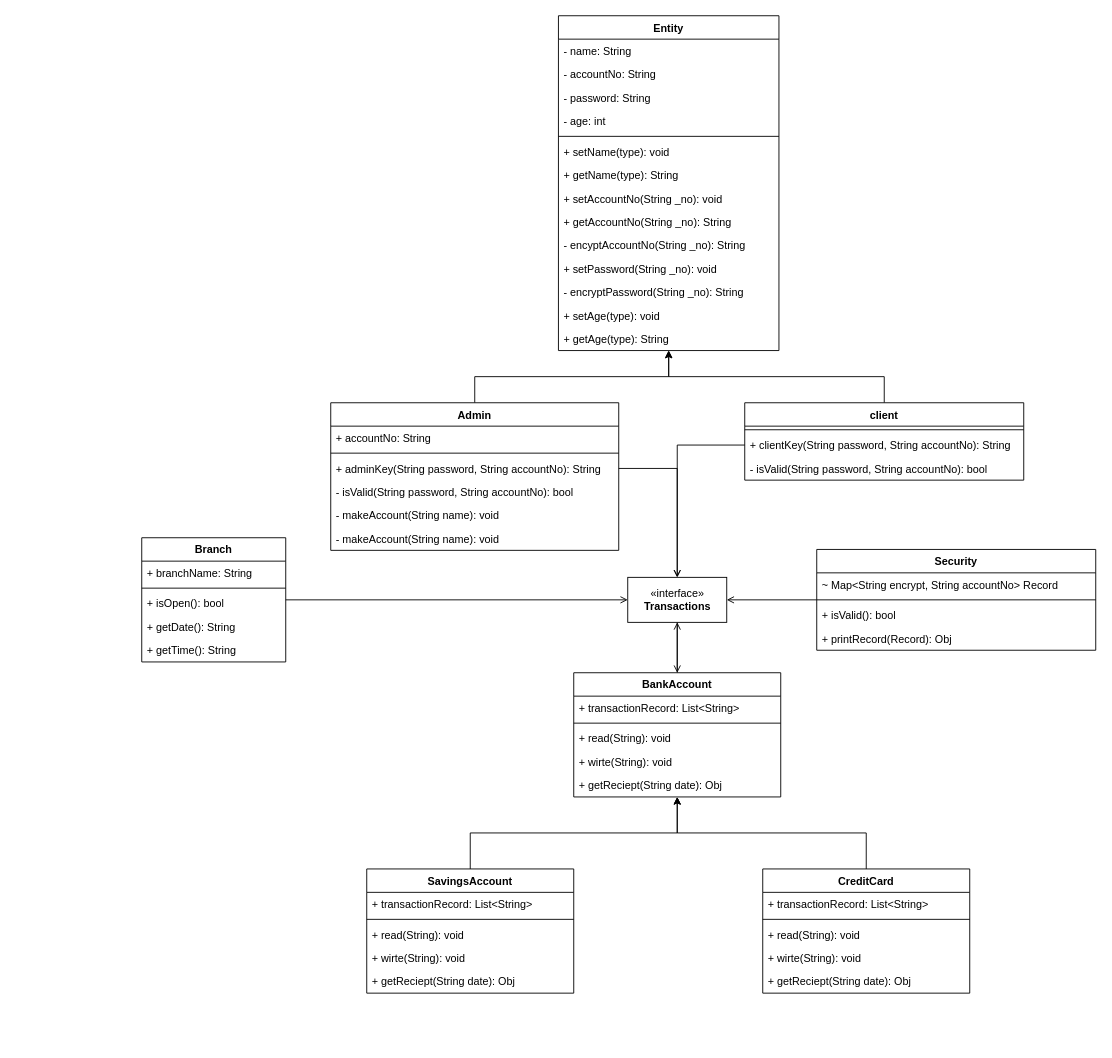
This is UML Charts/finals.drawio from adeeconometrics/JavaFolder, a draw.io file, before an edit. Source tidied: cells renumbered, new cells numbered last; positions are measured from the earlier drawing's top-left corner, leaving out a move shared by most shapes. Both pictures are drawn from the tidied source at 90%, with x=0, y=0 at pixel (141, 15).
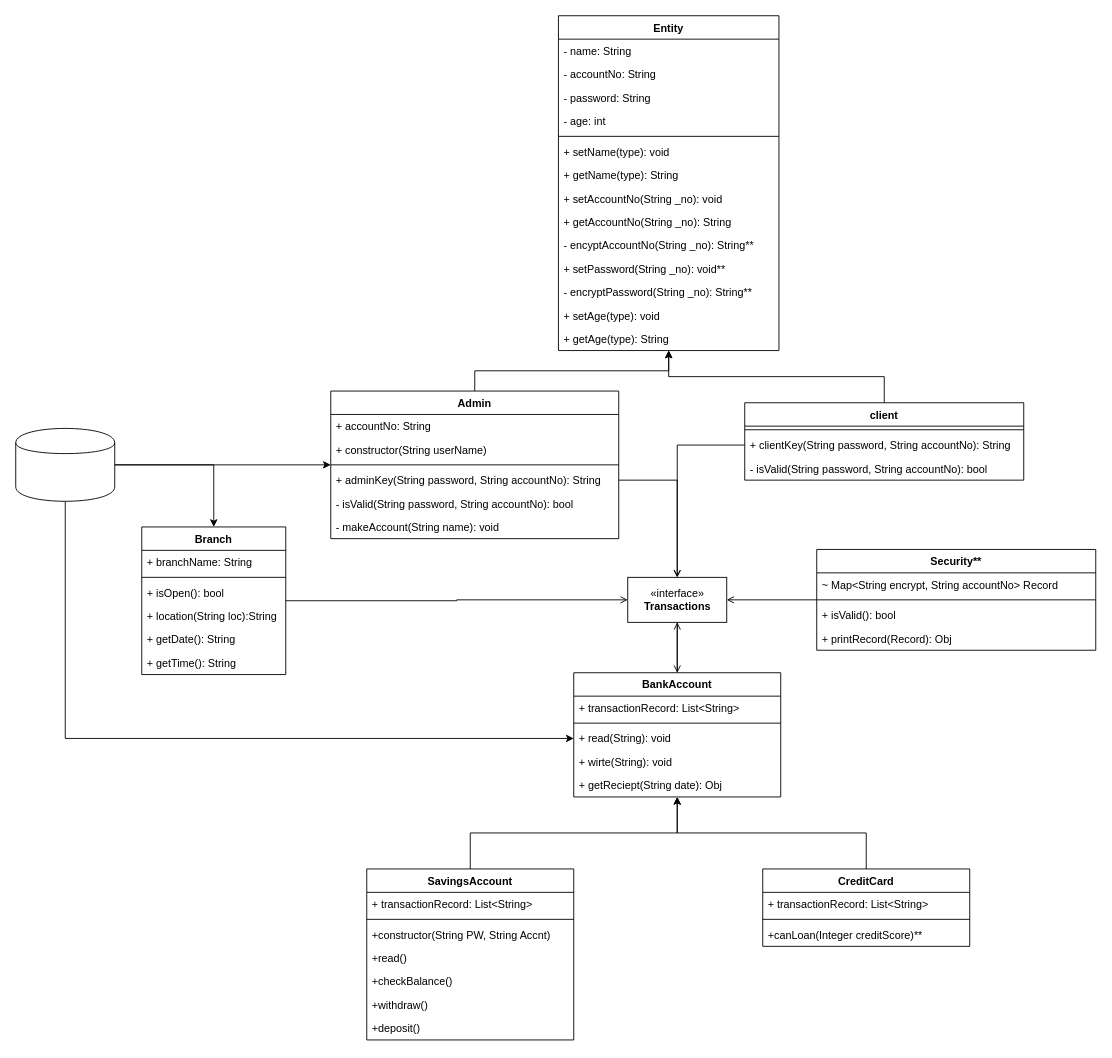
After the change.

Unchanged cells that the change refers to:
```xml
<mxCell id="2" value="Entity" style="swimlane;fontStyle=1;align=center;verticalAlign=top;horizontal=1;startSize=26;" parent="1" vertex="1">
  <mxGeometry x="463" width="245" height="372" as="geometry" />
</mxCell>
<mxCell id="21" value="+ read(String): void" style="text;strokeColor=none;fillColor=none;align=left;verticalAlign=top;spacingLeft=4;spacingRight=4;overflow=hidden;points=[[0,0.5],[1,0.5]];portConstraint=eastwest;" parent="18" vertex="1">
  <mxGeometry y="60" width="230" height="26" as="geometry" />
</mxCell>
```

The edit, as a diff of the source:
```diff
@@
-    <mxCell id="12" value="- encyptAccountNo(String _no): String" style="text;strokeColor=none;fillColor=none;align=left;verticalAlign=top;spacingLeft=4;spacingRight=4;overflow=hidden;" parent="2" vertex="1">
+    <mxCell id="12" value="- encyptAccountNo(String _no): String**" style="text;strokeColor=none;fillColor=none;align=left;verticalAlign=top;spacingLeft=4;spacingRight=4;overflow=hidden;" parent="2" vertex="1">
       <mxGeometry y="242" width="245" height="26" as="geometry" />
     </mxCell>
-    <mxCell id="13" value="+ setPassword(String _no): void" style="text;strokeColor=none;fillColor=none;align=left;verticalAlign=top;spacingLeft=4;spacingRight=4;overflow=hidden;" parent="2" vertex="1">
+    <mxCell id="13" value="+ setPassword(String _no): void**" style="text;strokeColor=none;fillColor=none;align=left;verticalAlign=top;spacingLeft=4;spacingRight=4;overflow=hidden;" parent="2" vertex="1">
       <mxGeometry y="268" width="245" height="26" as="geometry" />
     </mxCell>
-    <mxCell id="14" value="- encryptPassword(String _no): String" style="text;strokeColor=none;fillColor=none;align=left;verticalAlign=top;spacingLeft=4;spacingRight=4;overflow=hidden;" parent="2" vertex="1">
+    <mxCell id="14" value="- encryptPassword(String _no): String**" style="text;strokeColor=none;fillColor=none;align=left;verticalAlign=top;spacingLeft=4;spacingRight=4;overflow=hidden;" parent="2" vertex="1">
       <mxGeometry y="294" width="245" height="26" as="geometry" />
     </mxCell>
@@
     <mxCell id="25" value="Branch" style="swimlane;fontStyle=1;align=center;verticalAlign=top;horizontal=1;startSize=26;" parent="1" vertex="1">
-      <mxGeometry y="580" width="160" height="138" as="geometry" />
+      <mxGeometry y="568" width="160" height="164" as="geometry" />
     </mxCell>
@@
+    <mxCell id="68" value="+ location(String loc):String" style="text;strokeColor=none;fillColor=none;align=left;verticalAlign=top;spacingLeft=4;spacingRight=4;overflow=hidden;" parent="25" vertex="1">
+      <mxGeometry y="86" width="160" height="26" as="geometry" />
+    </mxCell>
     <mxCell id="29" value="+ getDate(): String" style="text;strokeColor=none;fillColor=none;align=left;verticalAlign=top;spacingLeft=4;spacingRight=4;overflow=hidden;" parent="25" vertex="1">
-      <mxGeometry y="86" width="160" height="26" as="geometry" />
+      <mxGeometry y="112" width="160" height="26" as="geometry" />
     </mxCell>
     <mxCell id="30" value="+ getTime(): String" style="text;strokeColor=none;fillColor=none;align=left;verticalAlign=top;spacingLeft=4;spacingRight=4;overflow=hidden;" parent="25" vertex="1">
-      <mxGeometry y="112" width="160" height="26" as="geometry" />
+      <mxGeometry y="138" width="160" height="26" as="geometry" />
     </mxCell>
@@
     <mxCell id="32" value="SavingsAccount" style="swimlane;fontStyle=1;align=center;verticalAlign=top;horizontal=1;startSize=26;" parent="1" vertex="1">
-      <mxGeometry x="250" y="948" width="230" height="138" as="geometry" />
+      <mxGeometry x="250" y="948" width="230" height="190" as="geometry" />
     </mxCell>
@@
-    <mxCell id="35" value="+ read(String): void" style="text;strokeColor=none;fillColor=none;align=left;verticalAlign=top;spacingLeft=4;spacingRight=4;overflow=hidden;" parent="32" vertex="1">
-      <mxGeometry y="60" width="230" height="26" as="geometry" />
-    </mxCell>
-    <mxCell id="36" value="+ wirte(String): void" style="text;strokeColor=none;fillColor=none;align=left;verticalAlign=top;spacingLeft=4;spacingRight=4;overflow=hidden;" parent="32" vertex="1">
-      <mxGeometry y="86" width="230" height="26" as="geometry" />
-    </mxCell>
-    <mxCell id="37" value="+ getReciept(String date): Obj" style="text;strokeColor=none;fillColor=none;align=left;verticalAlign=top;spacingLeft=4;spacingRight=4;overflow=hidden;" parent="32" vertex="1">
-      <mxGeometry y="112" width="230" height="26" as="geometry" />
-    </mxCell>
+    <mxCell id="69" value="+constructor(String PW, String Accnt)" style="text;strokeColor=none;fillColor=none;align=left;verticalAlign=top;spacingLeft=4;spacingRight=4;overflow=hidden;" parent="32" vertex="1">
+      <mxGeometry y="60" width="230" height="26" as="geometry" />
+    </mxCell>
+    <mxCell id="70" value="+read()" style="text;strokeColor=none;fillColor=none;align=left;verticalAlign=top;spacingLeft=4;spacingRight=4;overflow=hidden;" parent="32" vertex="1">
+      <mxGeometry y="86" width="230" height="26" as="geometry" />
+    </mxCell>
+    <mxCell id="71" value="+checkBalance()" style="text;strokeColor=none;fillColor=none;align=left;verticalAlign=top;spacingLeft=4;spacingRight=4;overflow=hidden;" parent="32" vertex="1">
+      <mxGeometry y="112" width="230" height="26" as="geometry" />
+    </mxCell>
+    <mxCell id="72" value="+withdraw()" style="text;strokeColor=none;fillColor=none;align=left;verticalAlign=top;spacingLeft=4;spacingRight=4;overflow=hidden;" parent="32" vertex="1">
+      <mxGeometry y="138" width="230" height="26" as="geometry" />
+    </mxCell>
+    <mxCell id="73" value="+deposit()" style="text;strokeColor=none;fillColor=none;align=left;verticalAlign=top;spacingLeft=4;spacingRight=4;overflow=hidden;" parent="32" vertex="1">
+      <mxGeometry y="164" width="230" height="26" as="geometry" />
+    </mxCell>
@@
     <mxCell id="39" value="CreditCard" style="swimlane;fontStyle=1;align=center;verticalAlign=top;horizontal=1;startSize=26;" parent="1" vertex="1">
-      <mxGeometry x="690" y="948" width="230" height="138" as="geometry" />
+      <mxGeometry x="690" y="948" width="230" height="86" as="geometry" />
     </mxCell>
@@
-    <mxCell id="42" value="+ read(String): void" style="text;strokeColor=none;fillColor=none;align=left;verticalAlign=top;spacingLeft=4;spacingRight=4;overflow=hidden;" parent="39" vertex="1">
-      <mxGeometry y="60" width="230" height="26" as="geometry" />
-    </mxCell>
-    <mxCell id="43" value="+ wirte(String): void" style="text;strokeColor=none;fillColor=none;align=left;verticalAlign=top;spacingLeft=4;spacingRight=4;overflow=hidden;" parent="39" vertex="1">
-      <mxGeometry y="86" width="230" height="26" as="geometry" />
-    </mxCell>
-    <mxCell id="44" value="+ getReciept(String date): Obj" style="text;strokeColor=none;fillColor=none;align=left;verticalAlign=top;spacingLeft=4;spacingRight=4;overflow=hidden;" parent="39" vertex="1">
-      <mxGeometry y="112" width="230" height="26" as="geometry" />
-    </mxCell>
+    <mxCell id="74" value="+canLoan(Integer creditScore)**" style="text;strokeColor=none;fillColor=none;align=left;verticalAlign=top;spacingLeft=4;spacingRight=4;overflow=hidden;" parent="39" vertex="1">
+      <mxGeometry y="60" width="230" height="26" as="geometry" />
+    </mxCell>
@@
     <mxCell id="46" value="Admin" style="swimlane;fontStyle=1;align=center;verticalAlign=top;horizontal=1;startSize=26;" parent="1" vertex="1">
-      <mxGeometry x="210" y="430" width="320" height="164" as="geometry" />
+      <mxGeometry x="210" y="417" width="320" height="164" as="geometry" />
     </mxCell>
@@
+    <mxCell id="75" value="+ constructor(String userName)" style="text;strokeColor=none;fillColor=none;align=left;verticalAlign=top;spacingLeft=4;spacingRight=4;overflow=hidden;" parent="46" vertex="1">
+      <mxGeometry y="52" width="320" height="26" as="geometry" />
+    </mxCell>
     <mxCell id="48" style="line;strokeWidth=1;fillColor=none;align=left;verticalAlign=middle;spacingTop=-1;spacingLeft=3;spacingRight=3;labelPosition=right;" parent="46" vertex="1">
-      <mxGeometry y="52" width="320" height="8" as="geometry" />
+      <mxGeometry y="78" width="320" height="8" as="geometry" />
     </mxCell>
     <mxCell id="49" value="+ adminKey(String password, String accountNo): String" style="text;strokeColor=none;fillColor=none;align=left;verticalAlign=top;spacingLeft=4;spacingRight=4;overflow=hidden;points=[[0,0.5],[1,0.5]];portConstraint=eastwest;" parent="46" vertex="1">
-      <mxGeometry y="60" width="320" height="26" as="geometry" />
+      <mxGeometry y="86" width="320" height="26" as="geometry" />
     </mxCell>
     <mxCell id="50" value="- isValid(String password, String accountNo): bool" style="text;strokeColor=none;fillColor=none;align=left;verticalAlign=top;spacingLeft=4;spacingRight=4;overflow=hidden;" parent="46" vertex="1">
-      <mxGeometry y="86" width="320" height="26" as="geometry" />
+      <mxGeometry y="112" width="320" height="26" as="geometry" />
     </mxCell>
-    <mxCell id="51" value="- makeAccount(String name): void" style="text;strokeColor=none;fillColor=none;align=left;verticalAlign=top;spacingLeft=4;spacingRight=4;overflow=hidden;" parent="46" vertex="1">
-      <mxGeometry y="112" width="320" height="26" as="geometry" />
+    <mxCell id="51" value="- makeAccount(String name): void " style="text;strokeColor=none;fillColor=none;align=left;verticalAlign=top;spacingLeft=4;spacingRight=4;overflow=hidden;" parent="46" vertex="1">
+      <mxGeometry y="138" width="320" height="26" as="geometry" />
     </mxCell>
-    <mxCell id="52" value="- makeAccount(String name): void" style="text;strokeColor=none;fillColor=none;align=left;verticalAlign=top;spacingLeft=4;spacingRight=4;overflow=hidden;" parent="46" vertex="1">
-      <mxGeometry y="138" width="320" height="26" as="geometry" />
-    </mxCell>
@@
-    <mxCell id="63" value="Security" style="swimlane;fontStyle=1;align=center;verticalAlign=top;horizontal=1;startSize=26;" parent="1" vertex="1">
+    <mxCell id="63" value="Security**" style="swimlane;fontStyle=1;align=center;verticalAlign=top;horizontal=1;startSize=26;" parent="1" vertex="1">
       <mxGeometry x="750" y="593" width="310" height="112" as="geometry" />
     </mxCell>
@@
+    <mxCell id="76" style="edgeStyle=orthogonalEdgeStyle;rounded=0;jettySize=auto;html=1;" parent="1" edge="1" source="79" target="46">
+      <mxGeometry relative="1" as="geometry" />
+    </mxCell>
+    <mxCell id="77" style="edgeStyle=orthogonalEdgeStyle;rounded=0;jettySize=auto;html=1;" parent="1" edge="1" source="79" target="21">
+      <mxGeometry relative="1" as="geometry" />
+    </mxCell>
+    <mxCell id="78" style="edgeStyle=orthogonalEdgeStyle;rounded=0;jettySize=auto;html=1;" parent="1" edge="1" source="79" target="25">
+      <mxGeometry relative="1" as="geometry" />
+    </mxCell>
+    <mxCell id="79" style="shape=cylinder;whiteSpace=wrap;html=1;boundedLbl=1;backgroundOutline=1;" parent="1" vertex="1">
+      <mxGeometry x="-140" y="458.5" width="110" height="81" as="geometry" />
+    </mxCell>
```
